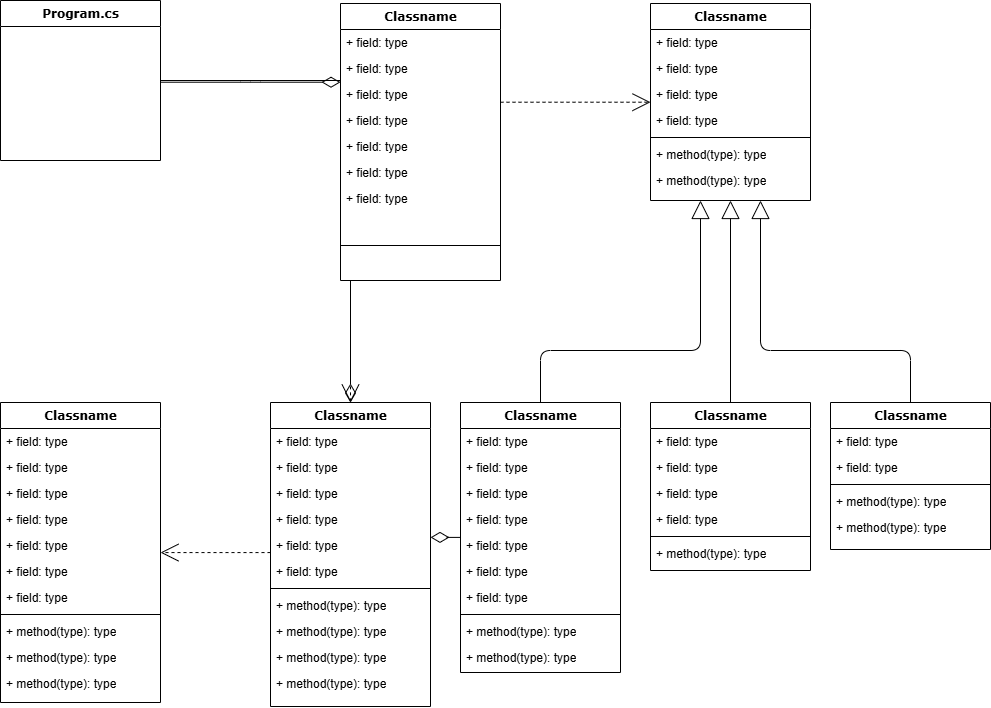
Wolfieeex/CodeReviews.Console.CodingTracker keeps this draw.io diagram as Console.CodingTracker/Diagrams/Classes.drawio.png. Above is the earlier version. Source tidied: cells renumbered, new cells last; positions are measured from the earlier drawing's top-left corner, leaving out a move shared by most shapes.
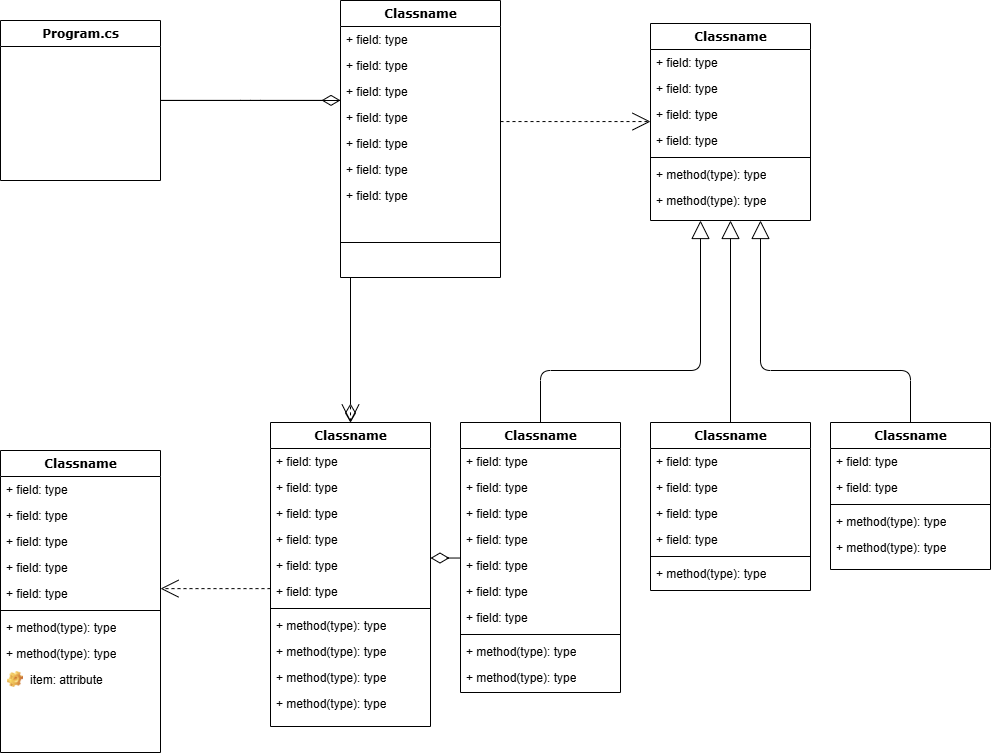
Later version of the same file.

Diff of the diagram source:
```diff
@@ -27,7 +27,7 @@
       <mxGeometry relative="1" as="geometry" />
     </mxCell>
     <mxCell id="10" value="Classname" style="swimlane;html=1;fontStyle=1;align=center;verticalAlign=top;horizontal=1;startSize=26;swimlaneFillColor=#ffffff;rounded=0;shadow=0;comic=0;labelBackgroundColor=none;strokeWidth=1;fillColor=none;fontFamily=Verdana;fontSize=12;" parent="1" vertex="1">
-      <mxGeometry x="340" y="3" width="160" height="277" as="geometry" />
+      <mxGeometry x="340" y="-20" width="160" height="277" as="geometry" />
     </mxCell>
     <mxCell id="11" value="+ field: type" style="text;html=1;strokeColor=none;fillColor=none;align=left;verticalAlign=top;spacingLeft=4;spacingRight=4;whiteSpace=wrap;overflow=hidden;" parent="10" vertex="1">
       <mxGeometry y="26" width="160" height="26" as="geometry" />
@@ -81,7 +81,7 @@
       <mxGeometry relative="1" as="geometry" />
     </mxCell>
     <mxCell id="28" value="Classname" style="swimlane;html=1;fontStyle=1;align=center;verticalAlign=top;horizontal=1;startSize=26;swimlaneFillColor=#ffffff;rounded=0;shadow=0;comic=0;labelBackgroundColor=none;strokeWidth=1;fillColor=none;fontFamily=Verdana;fontSize=12;" parent="1" vertex="1">
-      <mxGeometry y="402" width="160" height="300" as="geometry" />
+      <mxGeometry y="430" width="160" height="302" as="geometry" />
     </mxCell>
     <mxCell id="29" value="+ field: type" style="text;html=1;strokeColor=none;fillColor=none;align=left;verticalAlign=top;spacingLeft=4;spacingRight=4;whiteSpace=wrap;overflow=hidden;" parent="28" vertex="1">
       <mxGeometry y="26" width="160" height="26" as="geometry" />
@@ -92,30 +92,24 @@
     <mxCell id="31" value="+ field: type" style="text;html=1;strokeColor=none;fillColor=none;align=left;verticalAlign=top;spacingLeft=4;spacingRight=4;whiteSpace=wrap;overflow=hidden;" parent="28" vertex="1">
       <mxGeometry y="78" width="160" height="26" as="geometry" />
     </mxCell>
-    <mxCell id="32" value="+ field: type" style="text;html=1;strokeColor=none;fillColor=none;align=left;verticalAlign=top;spacingLeft=4;spacingRight=4;whiteSpace=wrap;overflow=hidden;" parent="28" vertex="1">
-      <mxGeometry y="104" width="160" height="26" as="geometry" />
-    </mxCell>
     <mxCell id="33" value="+ field: type" style="text;html=1;strokeColor=none;fillColor=none;align=left;verticalAlign=top;spacingLeft=4;spacingRight=4;whiteSpace=wrap;overflow=hidden;" parent="28" vertex="1">
-      <mxGeometry y="130" width="160" height="26" as="geometry" />
+      <mxGeometry y="104" width="160" height="26" as="geometry" />
     </mxCell>
-    <mxCell id="34" value="+ field: type" style="text;html=1;strokeColor=none;fillColor=none;align=left;verticalAlign=top;spacingLeft=4;spacingRight=4;whiteSpace=wrap;overflow=hidden;" parent="28" vertex="1">
-      <mxGeometry y="156" width="160" height="26" as="geometry" />
-    </mxCell>
     <mxCell id="35" value="+ field: type" style="text;html=1;strokeColor=none;fillColor=none;align=left;verticalAlign=top;spacingLeft=4;spacingRight=4;whiteSpace=wrap;overflow=hidden;" parent="28" vertex="1">
-      <mxGeometry y="182" width="160" height="26" as="geometry" />
+      <mxGeometry y="130" width="160" height="26" as="geometry" />
     </mxCell>
-    <mxCell id="36" style="line;html=1;strokeWidth=1;fillColor=none;align=left;verticalAlign=middle;spacingTop=-1;spacingLeft=3;spacingRight=3;labelPosition=right;" parent="28" vertex="1">
-      <mxGeometry y="208" width="160" height="8" as="geometry" />
-    </mxCell>
-    <mxCell id="37" value="+ method(type): type" style="text;html=1;strokeColor=none;fillColor=none;align=left;verticalAlign=top;spacingLeft=4;spacingRight=4;whiteSpace=wrap;overflow=hidden;" parent="28" vertex="1">
-      <mxGeometry y="216" width="160" height="26" as="geometry" />
-    </mxCell>
+    <mxCell id="81" style="line;html=1;strokeWidth=1;fillColor=none;align=left;verticalAlign=middle;spacingTop=-1;spacingLeft=3;spacingRight=3;labelPosition=right;" parent="28" vertex="1">
+      <mxGeometry y="156" width="160" height="8" as="geometry" />
+    </mxCell>
     <mxCell id="38" value="+ method(type): type" style="text;html=1;strokeColor=none;fillColor=none;align=left;verticalAlign=top;spacingLeft=4;spacingRight=4;whiteSpace=wrap;overflow=hidden;" parent="28" vertex="1">
-      <mxGeometry y="242" width="160" height="26" as="geometry" />
+      <mxGeometry y="164" width="160" height="26" as="geometry" />
     </mxCell>
     <mxCell id="39" value="+ method(type): type" style="text;html=1;strokeColor=none;fillColor=none;align=left;verticalAlign=top;spacingLeft=4;spacingRight=4;whiteSpace=wrap;overflow=hidden;" parent="28" vertex="1">
-      <mxGeometry y="268" width="160" height="26" as="geometry" />
+      <mxGeometry y="190" width="160" height="26" as="geometry" />
     </mxCell>
+    <mxCell id="82" value="item: attribute" style="label;fontStyle=0;strokeColor=none;fillColor=none;align=left;verticalAlign=top;overflow=hidden;spacingLeft=28;spacingRight=4;imageWidth=16;imageHeight=16;whiteSpace=wrap;html=1;image=img/clipart/Gear_128x128.png;" parent="28" vertex="1">
+      <mxGeometry y="216" width="160" height="26" as="geometry" />
+    </mxCell>
     <mxCell id="40" style="edgeStyle=elbowEdgeStyle;html=1;labelBackgroundColor=none;startFill=0;startSize=8;endArrow=diamondThin;endFill=0;endSize=16;fontFamily=Verdana;fontSize=12;elbow=vertical;" parent="1" edge="1" source="54" target="41">
       <mxGeometry relative="1" as="geometry" />
     </mxCell>
@@ -140,7 +134,7 @@
     <mxCell id="47" value="+ field: type" style="text;html=1;strokeColor=none;fillColor=none;align=left;verticalAlign=top;spacingLeft=4;spacingRight=4;whiteSpace=wrap;overflow=hidden;" parent="41" vertex="1">
       <mxGeometry y="156" width="160" height="26" as="geometry" />
     </mxCell>
-    <mxCell id="48" style="line;html=1;strokeWidth=1;fillColor=none;align=left;verticalAlign=middle;spacingTop=-1;spacingLeft=3;spacingRight=3;labelPosition=right;" parent="41" vertex="1">
+    <mxCell id="48" style="line;strokeWidth=1;fillColor=none;align=left;verticalAlign=middle;spacingTop=-1;spacingLeft=3;spacingRight=3;labelPosition=right;html=1;strokeColor=default;perimeterSpacing=1;" parent="41" vertex="1">
       <mxGeometry y="182" width="160" height="8" as="geometry" />
     </mxCell>
     <mxCell id="49" value="+ method(type): type" style="text;html=1;strokeColor=none;fillColor=none;align=left;verticalAlign=top;spacingLeft=4;spacingRight=4;whiteSpace=wrap;overflow=hidden;" parent="41" vertex="1">
```
